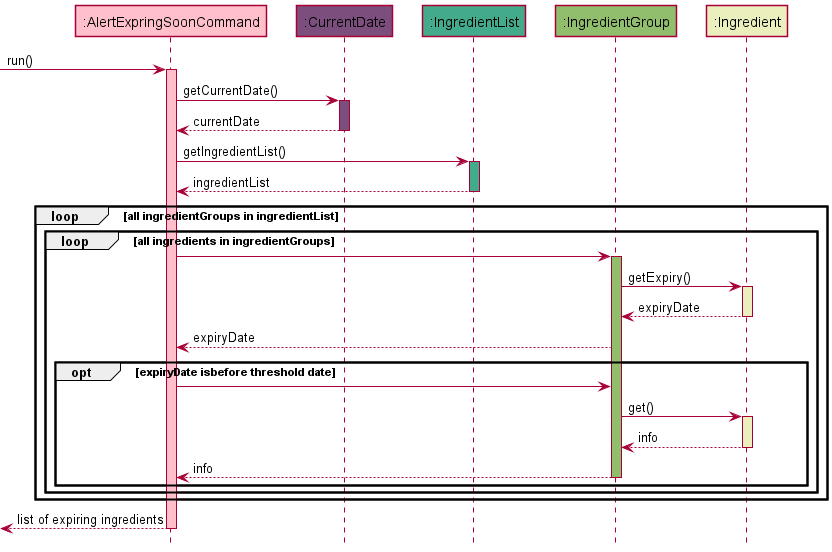
Before: docs/images/AlertExpirySequenceDiagram.png, a diagram exported from PlantUML (nus-cs2113-AY2122S1/tp).
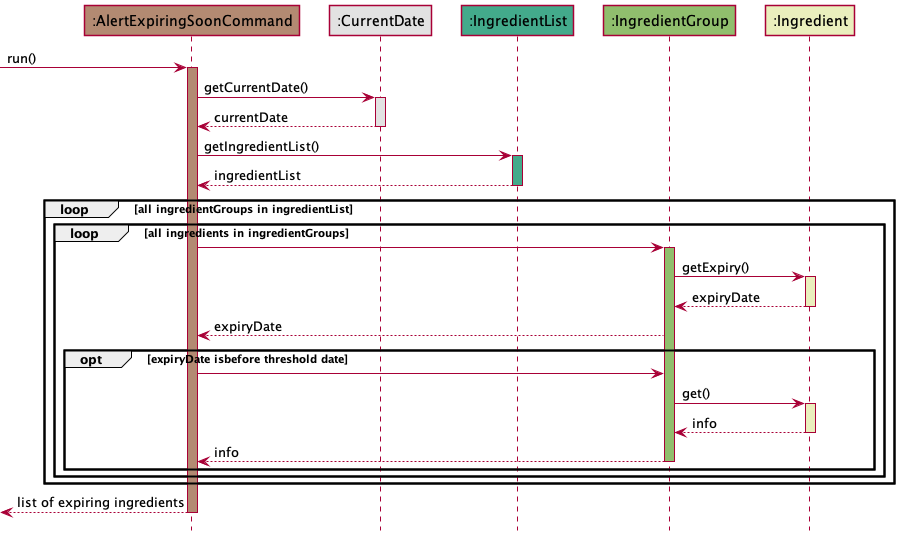
Above is the later version.

What changed in the source:
```diff
@@ -1,7 +1,7 @@
 @startuml
 !include style.puml
 
-Participant ":AlertExpringSoonCommand" as alert_exp COMMAND_COLOUR_S1
+Participant ":AlertExpiringSoonCommand" as alert_exp COMMAND_COLOUR_S1
 Participant ":CurrentDate" as date DATE_COLOUR
 Participant ":IngredientList" as ing_list INGREDIENTLIST_COLOUR
 Participant ":IngredientGroup" as ing_group INGREDIENTGROUP_COLOUR
```
